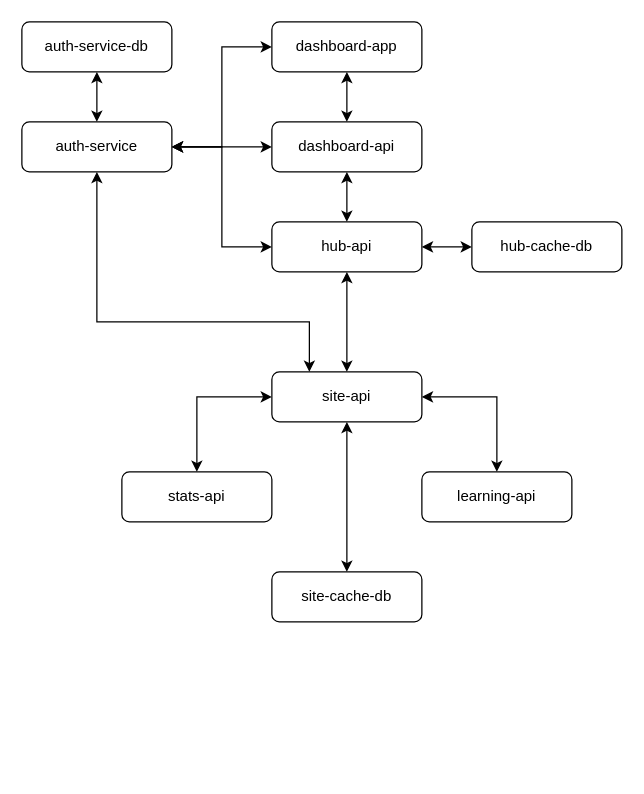
Before: drawio/high-level-overview.drawio in coda-platform/charts-and-figures, a draw.io diagram. Source tidied: cells renumbered, new cells numbered last; positions are measured from the earlier drawing's top-left corner, leaving out a move shared by most shapes. Both pictures are drawn from the tidied source at 125%, with x=0, y=0 at pixel (21, 21).
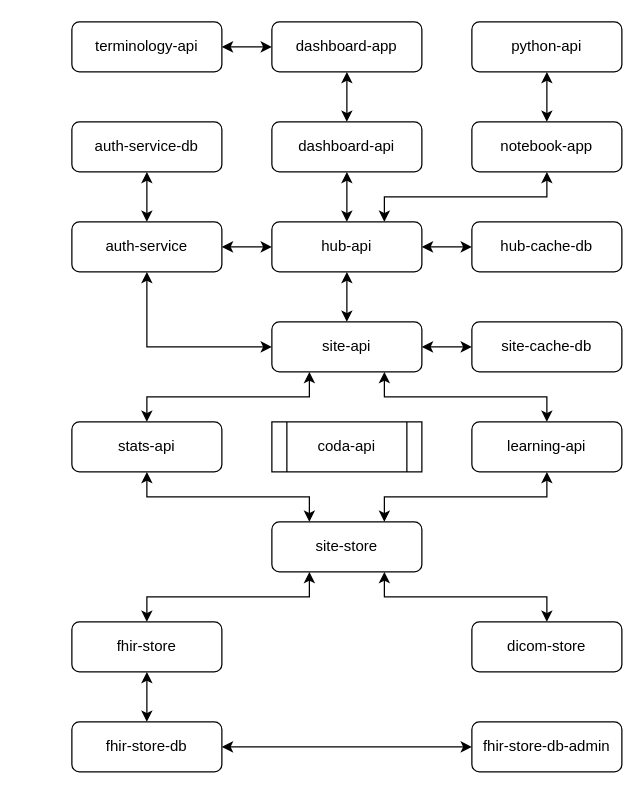
The same page after the edit.

Unchanged cells that the change refers to:
```xml
<mxCell id="4" value="hub-api" style="rounded=1;whiteSpace=wrap;html=1;" parent="1" vertex="1">
  <mxGeometry x="200" y="160" width="120" height="40" as="geometry" />
</mxCell>
<mxCell id="14" value="dashboard-api" style="rounded=1;whiteSpace=wrap;html=1;" parent="1" vertex="1">
  <mxGeometry x="200" y="80" width="120" height="40" as="geometry" />
</mxCell>
<mxCell id="15" value="dashboard-app" style="rounded=1;whiteSpace=wrap;html=1;" parent="1" vertex="1">
  <mxGeometry x="200" width="120" height="40" as="geometry" />
</mxCell>
```

Change to the diagram source:
```diff
@@
+    <mxCell id="24" style="edgeStyle=orthogonalEdgeStyle;rounded=0;jettySize=auto;html=1;exitX=0.75;exitY=0;exitDx=0;exitDy=0;startArrow=classic;startFill=1;" parent="1" edge="1" source="4" target="36">
+      <mxGeometry relative="1" as="geometry" />
+    </mxCell>
@@
+    <mxCell id="7" style="edgeStyle=orthogonalEdgeStyle;rounded=0;jettySize=auto;html=1;exitX=0.5;exitY=0;exitDx=0;exitDy=0;startArrow=classic;startFill=1;" parent="1" edge="1" source="9" target="4">
+      <mxGeometry relative="1" as="geometry" />
+    </mxCell>
-    <mxCell id="5" style="edgeStyle=orthogonalEdgeStyle;rounded=0;jettySize=auto;html=1;exitX=0;exitY=0.5;exitDx=0;exitDy=0;startArrow=classic;startFill=1;" parent="1" edge="1" source="9" target="10">
+    <mxCell id="5" style="edgeStyle=orthogonalEdgeStyle;rounded=0;jettySize=auto;html=1;exitX=0.25;exitY=1;exitDx=0;exitDy=0;entryX=0.5;entryY=0;entryDx=0;entryDy=0;startArrow=classic;startFill=1;" parent="1" edge="1" source="9" target="10">
       <mxGeometry relative="1" as="geometry" />
     </mxCell>
-    <mxCell id="6" style="edgeStyle=orthogonalEdgeStyle;rounded=0;jettySize=auto;html=1;exitX=1;exitY=0.5;exitDx=0;exitDy=0;startArrow=classic;startFill=1;" parent="1" edge="1" source="9" target="11">
+    <mxCell id="6" style="edgeStyle=orthogonalEdgeStyle;rounded=0;jettySize=auto;html=1;exitX=0.75;exitY=1;exitDx=0;exitDy=0;startArrow=classic;startFill=1;" parent="1" edge="1" source="9" target="11">
       <mxGeometry relative="1" as="geometry" />
     </mxCell>
-    <mxCell id="7" style="edgeStyle=orthogonalEdgeStyle;rounded=0;jettySize=auto;html=1;exitX=0.5;exitY=0;exitDx=0;exitDy=0;startArrow=classic;startFill=1;" parent="1" edge="1" source="9" target="4">
-      <mxGeometry relative="1" as="geometry" />
-    </mxCell>
-    <mxCell id="8" style="edgeStyle=orthogonalEdgeStyle;rounded=0;jettySize=auto;html=1;exitX=0.5;exitY=1;exitDx=0;exitDy=0;startArrow=classic;startFill=1;" parent="1" edge="1" source="9" target="12">
+    <mxCell id="8" style="edgeStyle=orthogonalEdgeStyle;rounded=0;jettySize=auto;html=1;exitX=1;exitY=0.5;exitDx=0;exitDy=0;startArrow=classic;startFill=1;" parent="1" edge="1" source="9" target="12">
       <mxGeometry relative="1" as="geometry" />
     </mxCell>
     <mxCell id="9" value="site-api" style="rounded=1;whiteSpace=wrap;html=1;" parent="1" vertex="1">
-      <mxGeometry x="200" y="280" width="120" height="40" as="geometry" />
+      <mxGeometry x="200" y="240" width="120" height="40" as="geometry" />
     </mxCell>
     <mxCell id="10" value="stats-api" style="rounded=1;whiteSpace=wrap;html=1;" parent="1" vertex="1">
-      <mxGeometry x="80" y="360" width="120" height="40" as="geometry" />
+      <mxGeometry x="40" y="320" width="120" height="40" as="geometry" />
     </mxCell>
     <mxCell id="11" value="learning-api" style="rounded=1;whiteSpace=wrap;html=1;" parent="1" vertex="1">
-      <mxGeometry x="320" y="360" width="120" height="40" as="geometry" />
+      <mxGeometry x="360" y="320" width="120" height="40" as="geometry" />
     </mxCell>
     <mxCell id="12" value="site-cache-db" style="rounded=1;whiteSpace=wrap;html=1;" parent="1" vertex="1">
-      <mxGeometry x="200" y="440" width="120" height="40" as="geometry" />
+      <mxGeometry x="360" y="240" width="120" height="40" as="geometry" />
     </mxCell>
@@
-    <mxCell id="17" style="edgeStyle=orthogonalEdgeStyle;rounded=0;jettySize=auto;html=1;exitX=1;exitY=0.5;exitDx=0;exitDy=0;entryX=0;entryY=0.5;entryDx=0;entryDy=0;startArrow=classic;startFill=1;" parent="1" edge="1" source="21" target="15">
-      <mxGeometry relative="1" as="geometry" />
-    </mxCell>
+    <mxCell id="20" style="edgeStyle=orthogonalEdgeStyle;rounded=0;jettySize=auto;html=1;exitX=0.5;exitY=1;exitDx=0;exitDy=0;entryX=0;entryY=0.5;entryDx=0;entryDy=0;startArrow=classic;startFill=1;" parent="1" edge="1" source="21" target="9">
+      <mxGeometry relative="1" as="geometry" />
+    </mxCell>
-    <mxCell id="18" style="edgeStyle=orthogonalEdgeStyle;rounded=0;jettySize=auto;html=1;exitX=1;exitY=0.5;exitDx=0;exitDy=0;entryX=0;entryY=0.5;entryDx=0;entryDy=0;startArrow=classic;startFill=1;" parent="1" edge="1" source="21" target="4">
+    <mxCell id="18" style="edgeStyle=orthogonalEdgeStyle;rounded=0;jettySize=auto;html=1;exitX=1;exitY=0.5;exitDx=0;exitDy=0;startArrow=classic;startFill=1;" parent="1" edge="1" source="21" target="4">
       <mxGeometry relative="1" as="geometry" />
     </mxCell>
-    <mxCell id="19" style="edgeStyle=orthogonalEdgeStyle;rounded=0;jettySize=auto;html=1;exitX=1;exitY=0.5;exitDx=0;exitDy=0;startArrow=classic;startFill=1;" parent="1" edge="1" source="21" target="14">
-      <mxGeometry relative="1" as="geometry" />
-    </mxCell>
-    <mxCell id="20" style="edgeStyle=orthogonalEdgeStyle;rounded=0;jettySize=auto;html=1;exitX=0.5;exitY=1;exitDx=0;exitDy=0;entryX=0.25;entryY=0;entryDx=0;entryDy=0;startArrow=classic;startFill=1;" parent="1" edge="1" source="21" target="9">
-      <mxGeometry relative="1" as="geometry">
-        <Array as="points">
-          <mxPoint x="60" y="240" />
-          <mxPoint x="230" y="240" />
-        </Array>
-      </mxGeometry>
-    </mxCell>
     <mxCell id="21" value="auth-service" style="rounded=1;whiteSpace=wrap;html=1;" parent="1" vertex="1">
-      <mxGeometry y="80" width="120" height="40" as="geometry" />
+      <mxGeometry x="40" y="160" width="120" height="40" as="geometry" />
     </mxCell>
     <mxCell id="22" value="auth-service-db" style="rounded=1;whiteSpace=wrap;html=1;" parent="1" vertex="1">
-      <mxGeometry width="120" height="40" as="geometry" />
+      <mxGeometry x="40" y="80" width="120" height="40" as="geometry" />
     </mxCell>
@@
+    <mxCell id="25" style="edgeStyle=orthogonalEdgeStyle;rounded=0;jettySize=auto;html=1;exitX=0.5;exitY=1;exitDx=0;exitDy=0;startArrow=classic;startFill=1;" parent="1" edge="1" source="26" target="28">
+      <mxGeometry relative="1" as="geometry" />
+    </mxCell>
+    <mxCell id="26" value="fhir-store" style="rounded=1;whiteSpace=wrap;html=1;" parent="1" vertex="1">
+      <mxGeometry x="40" y="480" width="120" height="40" as="geometry" />
+    </mxCell>
+    <mxCell id="27" style="edgeStyle=orthogonalEdgeStyle;rounded=0;jettySize=auto;html=1;exitX=1;exitY=0.5;exitDx=0;exitDy=0;startArrow=classic;startFill=1;" parent="1" edge="1" source="28" target="35">
+      <mxGeometry relative="1" as="geometry" />
+    </mxCell>
+    <mxCell id="28" value="fhir-store-db" style="rounded=1;whiteSpace=wrap;html=1;" parent="1" vertex="1">
+      <mxGeometry x="40" y="560" width="120" height="40" as="geometry" />
+    </mxCell>
+    <mxCell id="29" style="edgeStyle=orthogonalEdgeStyle;rounded=0;jettySize=auto;html=1;exitX=0.25;exitY=0;exitDx=0;exitDy=0;startArrow=classic;startFill=1;" parent="1" edge="1" source="33" target="10">
+      <mxGeometry relative="1" as="geometry" />
+    </mxCell>
+    <mxCell id="30" style="edgeStyle=orthogonalEdgeStyle;rounded=0;jettySize=auto;html=1;exitX=0.75;exitY=0;exitDx=0;exitDy=0;startArrow=classic;startFill=1;" parent="1" edge="1" source="33" target="11">
+      <mxGeometry relative="1" as="geometry" />
+    </mxCell>
+    <mxCell id="31" style="edgeStyle=orthogonalEdgeStyle;rounded=0;jettySize=auto;html=1;exitX=0.25;exitY=1;exitDx=0;exitDy=0;startArrow=classic;startFill=1;" parent="1" edge="1" source="33" target="26">
+      <mxGeometry relative="1" as="geometry" />
+    </mxCell>
+    <mxCell id="32" style="edgeStyle=orthogonalEdgeStyle;rounded=0;jettySize=auto;html=1;exitX=0.75;exitY=1;exitDx=0;exitDy=0;startArrow=classic;startFill=1;" parent="1" edge="1" source="33" target="34">
+      <mxGeometry relative="1" as="geometry" />
+    </mxCell>
+    <mxCell id="33" value="site-store" style="rounded=1;whiteSpace=wrap;html=1;" parent="1" vertex="1">
+      <mxGeometry x="200" y="400" width="120" height="40" as="geometry" />
+    </mxCell>
+    <mxCell id="34" value="dicom-store" style="rounded=1;whiteSpace=wrap;html=1;" parent="1" vertex="1">
+      <mxGeometry x="360" y="480" width="120" height="40" as="geometry" />
+    </mxCell>
+    <mxCell id="35" value="fhir-store-db-admin" style="rounded=1;whiteSpace=wrap;html=1;" parent="1" vertex="1">
+      <mxGeometry x="360" y="560" width="120" height="40" as="geometry" />
+    </mxCell>
+    <mxCell id="36" value="notebook-app" style="rounded=1;whiteSpace=wrap;html=1;" parent="1" vertex="1">
+      <mxGeometry x="360" y="80" width="120" height="40" as="geometry" />
+    </mxCell>
+    <mxCell id="37" style="edgeStyle=orthogonalEdgeStyle;rounded=0;jettySize=auto;html=1;exitX=0.5;exitY=1;exitDx=0;exitDy=0;startArrow=classic;startFill=1;" parent="1" edge="1" source="38" target="36">
+      <mxGeometry relative="1" as="geometry" />
+    </mxCell>
+    <mxCell id="38" value="python-api" style="rounded=1;whiteSpace=wrap;html=1;" parent="1" vertex="1">
+      <mxGeometry x="360" width="120" height="40" as="geometry" />
+    </mxCell>
+    <mxCell id="39" style="edgeStyle=orthogonalEdgeStyle;rounded=0;jettySize=auto;html=1;exitX=1;exitY=0.5;exitDx=0;exitDy=0;startArrow=classic;startFill=1;" parent="1" edge="1" source="40" target="15">
+      <mxGeometry relative="1" as="geometry" />
+    </mxCell>
+    <mxCell id="40" value="terminology-api" style="rounded=1;whiteSpace=wrap;html=1;" parent="1" vertex="1">
+      <mxGeometry x="40" width="120" height="40" as="geometry" />
+    </mxCell>
+    <mxCell id="41" value="coda-api" style="shape=process;whiteSpace=wrap;html=1;backgroundOutline=1;" parent="1" vertex="1">
+      <mxGeometry x="200" y="320" width="120" height="40" as="geometry" />
+    </mxCell>
```
